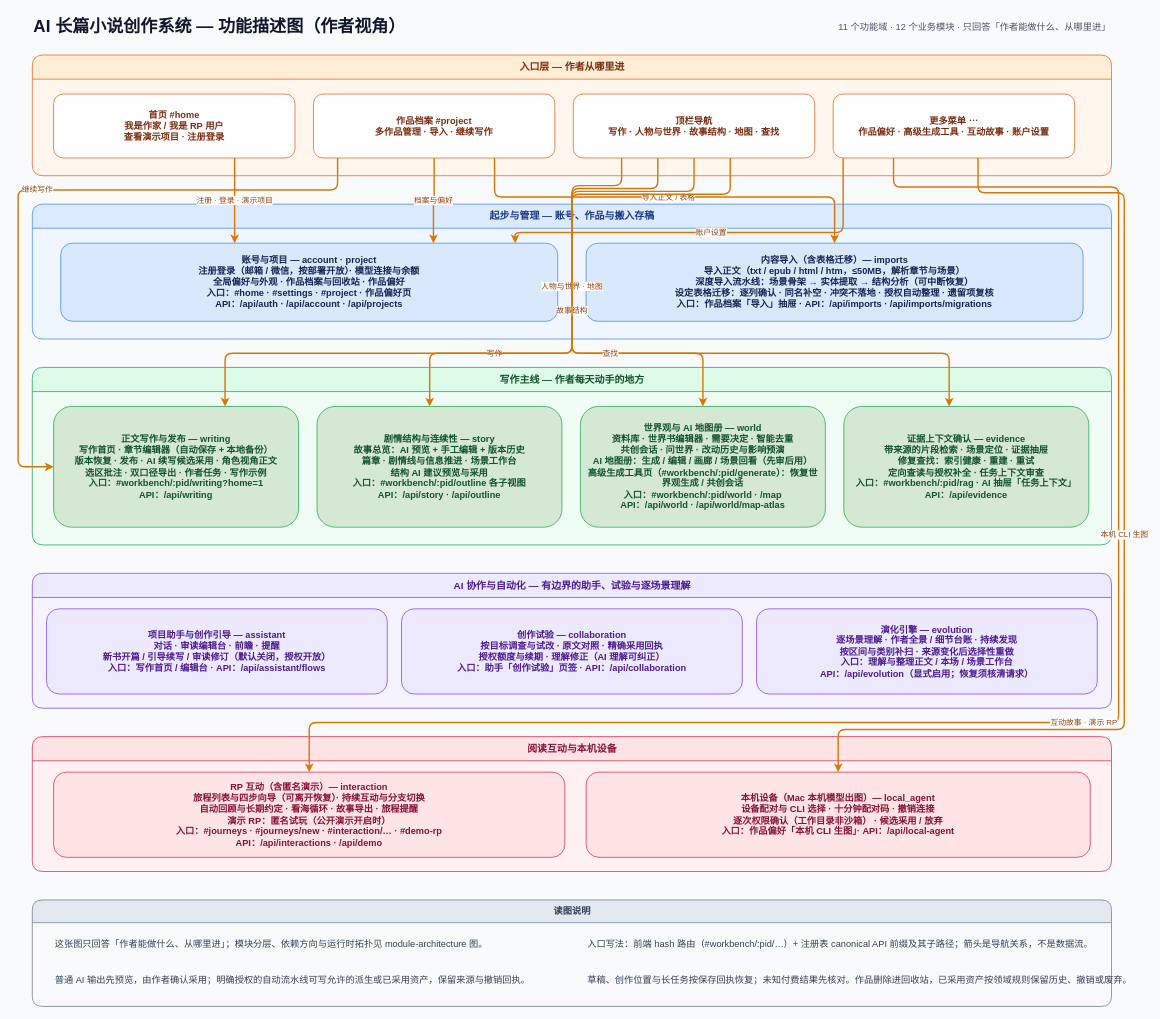
Earlier version of the draw.io diagram docs/architecture/feature-map.drawio (FengHuoLinShan/ai-writing-assist). Source tidied: cells renumbered, new cells numbered last; positions are measured from the earlier drawing's top-left corner, leaving out a move shared by most shapes. Both pictures are drawn from the tidied source at 71%, with x=0, y=0 at pixel (18, 12).
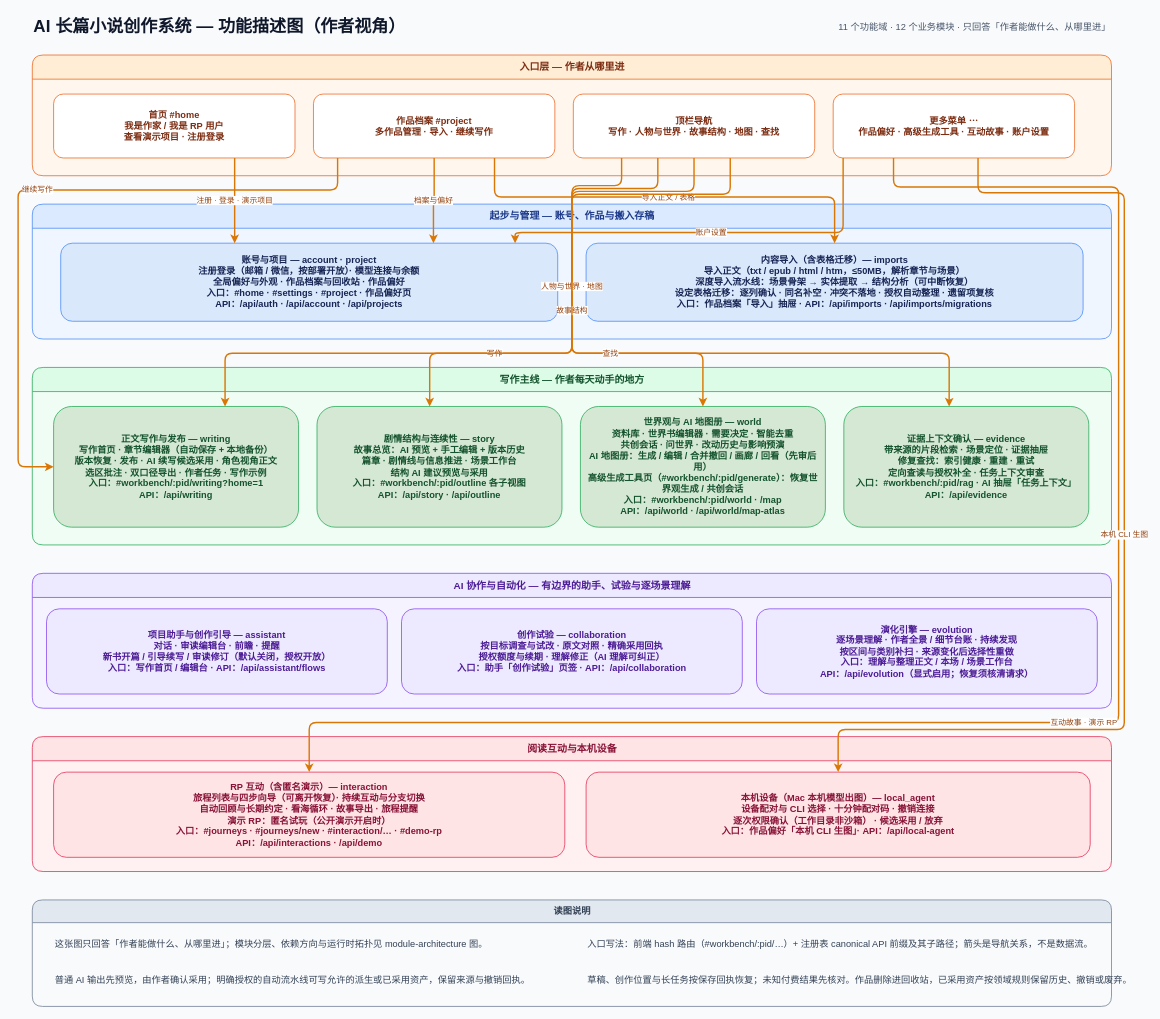
The same page after the edit.

The change refers to these unchanged cells:
```xml
<mxCell id="12" value="写作主线 — 作者每天动手的地方" style="swimlane;startSize=34;horizontal=1;rounded=1;html=1;fillColor=#dcfce7;swimlaneFillColor=#f0fdf4;strokeColor=#16a34a;fontColor=#14532d;fontSize=14;fontStyle=1;" parent="1" vertex="1">
  <mxGeometry x="20" y="500" width="1520" height="250" as="geometry" />
</mxCell>
```

Change to the diagram source:
```diff
@@
-    <mxCell id="15" value="世界观与 AI 地图册 — world&#10;资料库 · 世界书编辑器 · 需要决定 · 智能去重&#10;共创会话 · 问世界 · 改动历史与影响预演&#10;AI 地图册：生成 / 编辑 / 画廊 / 场景回看（先审后用）&#10;高级生成工具页（#workbench/:pid/generate）：恢复世界观生成 / 共创会话&#10;入口：#workbench/:pid/world · /map&#10;API：/api/world · /api/world/map-atlas" style="rounded=1;whiteSpace=wrap;html=1;fillColor=#d5e8d4;strokeColor=#16a34a;fontColor=#14532d;fontSize=13;fontStyle=1;spacing=6;" parent="12" vertex="1">
+    <mxCell id="15" value="世界观与 AI 地图册 — world&#10;资料库 · 世界书编辑器 · 需要决定 · 智能去重&#10;共创会话 · 问世界 · 改动历史与影响预演&#10;AI 地图册：生成 / 编辑 / 合并撤回 / 画廊 / 回看（先审后用）&#10;高级生成工具页（#workbench/:pid/generate）：恢复世界观生成 / 共创会话&#10;入口：#workbench/:pid/world · /map&#10;API：/api/world · /api/world/map-atlas" style="rounded=1;whiteSpace=wrap;html=1;fillColor=#d5e8d4;strokeColor=#16a34a;fontColor=#14532d;fontSize=13;fontStyle=1;spacing=6;" parent="12" vertex="1">
       <mxGeometry x="772" y="55" width="345" height="170" as="geometry" />
     </mxCell>
```
